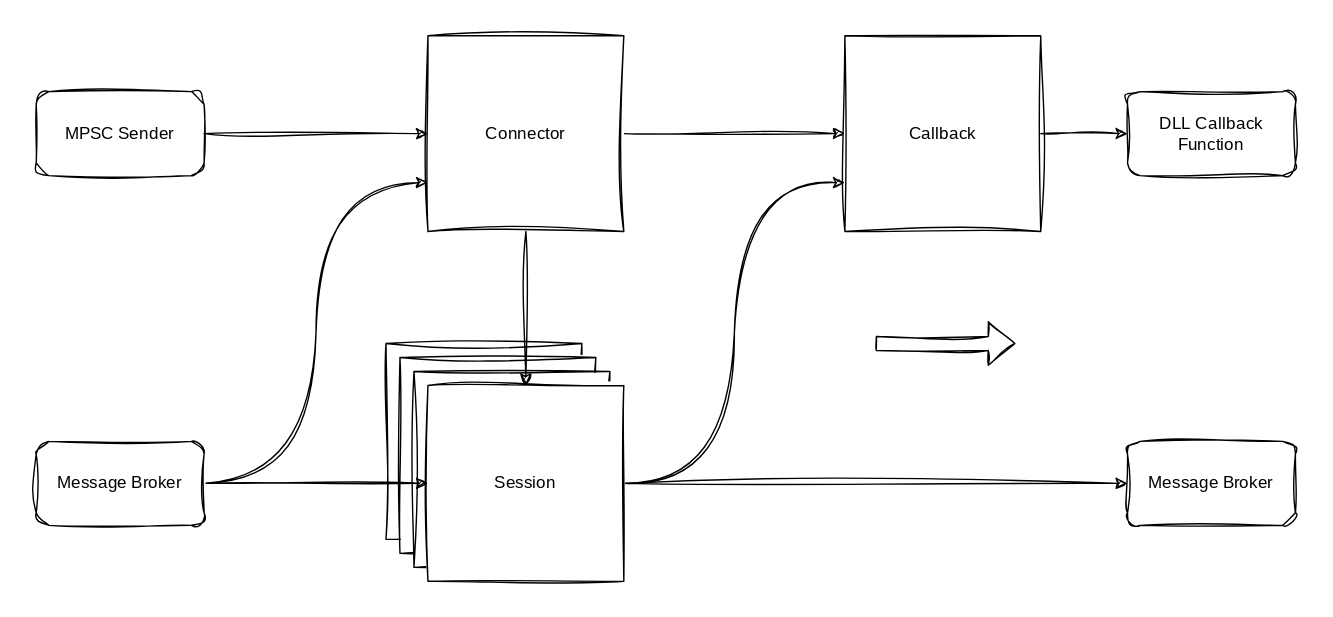
barafael/intro-course keeps this draw.io diagram as images/cascaded-cancellation.drawio.svg. Above is the earlier version. Source tidied: cells renumbered, new cells last; positions are measured from the earlier drawing's top-left corner, leaving out a move shared by most shapes.
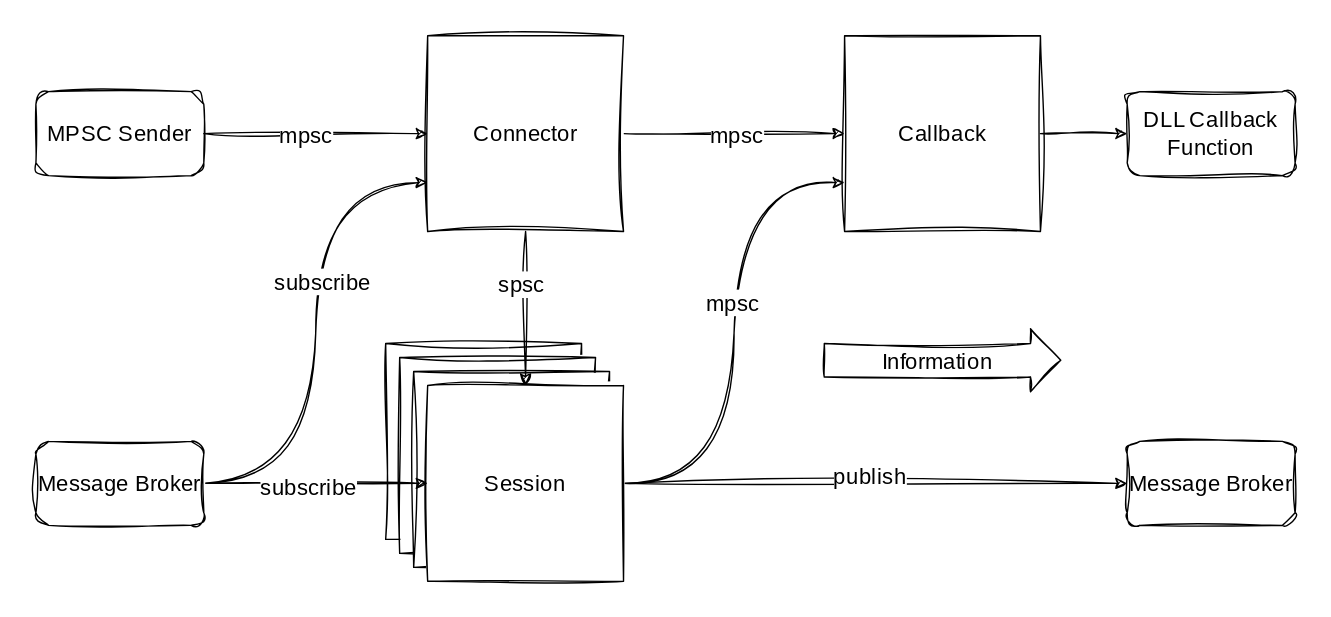
After the change.

Diff of the diagram source:
```diff
@@ -2,65 +2,93 @@
   <root>
     <mxCell id="0" />
     <mxCell id="1" parent="0" />
-    <mxCell id="2" style="edgeStyle=orthogonalEdgeStyle;rounded=0;sketch=1;hachureGap=4;jiggle=2;curveFitting=1;jettySize=auto;html=1;exitX=1;exitY=0.5;exitDx=0;exitDy=0;fontFamily=Architects Daughter;fontSource=https%3A%2F%2Ffonts.googleapis.com%2Fcss%3Ffamily%3DArchitects%2BDaughter;" parent="1" edge="1" source="3" target="6">
+    <mxCell id="2" style="edgeStyle=orthogonalEdgeStyle;rounded=0;sketch=1;hachureGap=4;jiggle=2;curveFitting=1;jettySize=auto;html=1;exitX=1;exitY=0.5;exitDx=0;exitDy=0;fontFamily=Architects Daughter;fontSource=https%3A%2F%2Ffonts.googleapis.com%2Fcss%3Ffamily%3DArchitects%2BDaughter;fontSize=16;" parent="1" edge="1" source="3" target="6">
       <mxGeometry relative="1" as="geometry" />
     </mxCell>
+    <mxCell id="21" value="mpsc" style="edgeLabel;html=1;align=center;verticalAlign=middle;sketch=1;hachureGap=4;jiggle=2;curveFitting=1;fontFamily=Architects Daughter;fontSource=https%3A%2F%2Ffonts.googleapis.com%2Fcss%3Ffamily%3DArchitects%2BDaughter;fontSize=16;" parent="2" vertex="1">
+      <mxGeometry x="0.01" relative="1" as="geometry" />
+    </mxCell>
-    <mxCell id="3" value="Connector" style="whiteSpace=wrap;html=1;sketch=1;hachureGap=4;jiggle=2;curveFitting=1;fontFamily=Architects Daughter;fontSource=https%3A%2F%2Ffonts.googleapis.com%2Fcss%3Ffamily%3DArchitects%2BDaughter;" parent="1" vertex="1">
+    <mxCell id="3" value="Connector" style="whiteSpace=wrap;html=1;sketch=1;hachureGap=4;jiggle=2;curveFitting=1;fontFamily=Architects Daughter;fontSource=https%3A%2F%2Ffonts.googleapis.com%2Fcss%3Ffamily%3DArchitects%2BDaughter;fontSize=16;" parent="1" vertex="1">
       <mxGeometry x="280" width="140" height="140" as="geometry" />
     </mxCell>
-    <mxCell id="4" value="Session" style="whiteSpace=wrap;html=1;sketch=1;hachureGap=4;jiggle=2;curveFitting=1;fontFamily=Architects Daughter;fontSource=https%3A%2F%2Ffonts.googleapis.com%2Fcss%3Ffamily%3DArchitects%2BDaughter;" parent="1" vertex="1">
+    <mxCell id="4" value="Session" style="whiteSpace=wrap;html=1;sketch=1;hachureGap=4;jiggle=2;curveFitting=1;fontFamily=Architects Daughter;fontSource=https%3A%2F%2Ffonts.googleapis.com%2Fcss%3Ffamily%3DArchitects%2BDaughter;fontSize=16;" parent="1" vertex="1">
       <mxGeometry x="250" y="220" width="140" height="140" as="geometry" />
     </mxCell>
-    <mxCell id="5" style="edgeStyle=orthogonalEdgeStyle;rounded=0;sketch=1;hachureGap=4;jiggle=2;curveFitting=1;jettySize=auto;html=1;exitX=1;exitY=0.5;exitDx=0;exitDy=0;fontFamily=Architects Daughter;fontSource=https%3A%2F%2Ffonts.googleapis.com%2Fcss%3Ffamily%3DArchitects%2BDaughter;entryX=0;entryY=0.5;entryDx=0;entryDy=0;" parent="1" edge="1" source="6" target="18">
+    <mxCell id="5" style="edgeStyle=orthogonalEdgeStyle;rounded=0;sketch=1;hachureGap=4;jiggle=2;curveFitting=1;jettySize=auto;html=1;exitX=1;exitY=0.5;exitDx=0;exitDy=0;fontFamily=Architects Daughter;fontSource=https%3A%2F%2Ffonts.googleapis.com%2Fcss%3Ffamily%3DArchitects%2BDaughter;entryX=0;entryY=0.5;entryDx=0;entryDy=0;fontSize=16;" parent="1" edge="1" source="6" target="18">
       <mxGeometry relative="1" as="geometry" />
     </mxCell>
-    <mxCell id="6" value="Callback" style="whiteSpace=wrap;html=1;sketch=1;hachureGap=4;jiggle=2;curveFitting=1;fontFamily=Architects Daughter;fontSource=https%3A%2F%2Ffonts.googleapis.com%2Fcss%3Ffamily%3DArchitects%2BDaughter;" parent="1" vertex="1">
+    <mxCell id="6" value="Callback" style="whiteSpace=wrap;html=1;sketch=1;hachureGap=4;jiggle=2;curveFitting=1;fontFamily=Architects Daughter;fontSource=https%3A%2F%2Ffonts.googleapis.com%2Fcss%3Ffamily%3DArchitects%2BDaughter;fontSize=16;" parent="1" vertex="1">
       <mxGeometry x="578" width="140" height="140" as="geometry" />
     </mxCell>
-    <mxCell id="7" value="Session" style="whiteSpace=wrap;html=1;sketch=1;hachureGap=4;jiggle=2;curveFitting=1;fontFamily=Architects Daughter;fontSource=https%3A%2F%2Ffonts.googleapis.com%2Fcss%3Ffamily%3DArchitects%2BDaughter;" parent="1" vertex="1">
+    <mxCell id="7" value="Session" style="whiteSpace=wrap;html=1;sketch=1;hachureGap=4;jiggle=2;curveFitting=1;fontFamily=Architects Daughter;fontSource=https%3A%2F%2Ffonts.googleapis.com%2Fcss%3Ffamily%3DArchitects%2BDaughter;fontSize=16;" parent="1" vertex="1">
       <mxGeometry x="260" y="230" width="140" height="140" as="geometry" />
     </mxCell>
-    <mxCell id="8" value="Session" style="whiteSpace=wrap;html=1;sketch=1;hachureGap=4;jiggle=2;curveFitting=1;fontFamily=Architects Daughter;fontSource=https%3A%2F%2Ffonts.googleapis.com%2Fcss%3Ffamily%3DArchitects%2BDaughter;" parent="1" vertex="1">
+    <mxCell id="8" value="Session" style="whiteSpace=wrap;html=1;sketch=1;hachureGap=4;jiggle=2;curveFitting=1;fontFamily=Architects Daughter;fontSource=https%3A%2F%2Ffonts.googleapis.com%2Fcss%3Ffamily%3DArchitects%2BDaughter;fontSize=16;" parent="1" vertex="1">
       <mxGeometry x="270" y="240" width="140" height="140" as="geometry" />
     </mxCell>
-    <mxCell id="9" style="edgeStyle=orthogonalEdgeStyle;rounded=0;sketch=1;hachureGap=4;jiggle=2;curveFitting=1;jettySize=auto;html=1;exitX=1;exitY=0.5;exitDx=0;exitDy=0;entryX=0;entryY=0.75;entryDx=0;entryDy=0;fontFamily=Architects Daughter;fontSource=https%3A%2F%2Ffonts.googleapis.com%2Fcss%3Ffamily%3DArchitects%2BDaughter;curved=1;" parent="1" edge="1" source="11" target="6">
+    <mxCell id="9" style="edgeStyle=orthogonalEdgeStyle;rounded=0;sketch=1;hachureGap=4;jiggle=2;curveFitting=1;jettySize=auto;html=1;exitX=1;exitY=0.5;exitDx=0;exitDy=0;entryX=0;entryY=0.75;entryDx=0;entryDy=0;fontFamily=Architects Daughter;fontSource=https%3A%2F%2Ffonts.googleapis.com%2Fcss%3Ffamily%3DArchitects%2BDaughter;curved=1;fontSize=16;" parent="1" edge="1" source="11" target="6">
       <mxGeometry relative="1" as="geometry" />
     </mxCell>
+    <mxCell id="22" value="mpsc" style="edgeLabel;html=1;align=center;verticalAlign=middle;sketch=1;hachureGap=4;jiggle=2;curveFitting=1;fontFamily=Architects Daughter;fontSource=https%3A%2F%2Ffonts.googleapis.com%2Fcss%3Ffamily%3DArchitects%2BDaughter;fontSize=16;" parent="9" vertex="1">
+      <mxGeometry x="0.12" y="2" relative="1" as="geometry" />
+    </mxCell>
-    <mxCell id="10" style="edgeStyle=orthogonalEdgeStyle;rounded=0;sketch=1;hachureGap=4;jiggle=2;curveFitting=1;jettySize=auto;html=1;exitX=1;exitY=0.5;exitDx=0;exitDy=0;entryX=0;entryY=0.5;entryDx=0;entryDy=0;fontFamily=Architects Daughter;fontSource=https%3A%2F%2Ffonts.googleapis.com%2Fcss%3Ffamily%3DArchitects%2BDaughter;" parent="1" edge="1" source="11" target="19">
+    <mxCell id="10" style="edgeStyle=orthogonalEdgeStyle;rounded=0;sketch=1;hachureGap=4;jiggle=2;curveFitting=1;jettySize=auto;html=1;exitX=1;exitY=0.5;exitDx=0;exitDy=0;entryX=0;entryY=0.5;entryDx=0;entryDy=0;fontFamily=Architects Daughter;fontSource=https%3A%2F%2Ffonts.googleapis.com%2Fcss%3Ffamily%3DArchitects%2BDaughter;fontSize=16;" parent="1" edge="1" source="11" target="19">
       <mxGeometry relative="1" as="geometry" />
     </mxCell>
+    <mxCell id="23" value="publish" style="edgeLabel;html=1;align=center;verticalAlign=middle;sketch=1;hachureGap=4;jiggle=2;curveFitting=1;fontFamily=Architects Daughter;fontSource=https%3A%2F%2Ffonts.googleapis.com%2Fcss%3Ffamily%3DArchitects%2BDaughter;fontSize=16;" parent="10" vertex="1">
+      <mxGeometry x="-0.03" y="6" relative="1" as="geometry" />
+    </mxCell>
-    <mxCell id="11" value="Session" style="whiteSpace=wrap;html=1;sketch=1;hachureGap=4;jiggle=2;curveFitting=1;fontFamily=Architects Daughter;fontSource=https%3A%2F%2Ffonts.googleapis.com%2Fcss%3Ffamily%3DArchitects%2BDaughter;" parent="1" vertex="1">
+    <mxCell id="11" value="Session" style="whiteSpace=wrap;html=1;sketch=1;hachureGap=4;jiggle=2;curveFitting=1;fontFamily=Architects Daughter;fontSource=https%3A%2F%2Ffonts.googleapis.com%2Fcss%3Ffamily%3DArchitects%2BDaughter;fontSize=16;" parent="1" vertex="1">
       <mxGeometry x="280" y="250" width="140" height="140" as="geometry" />
     </mxCell>
-    <mxCell id="12" style="edgeStyle=orthogonalEdgeStyle;rounded=0;sketch=1;hachureGap=4;jiggle=2;curveFitting=1;jettySize=auto;html=1;exitX=0.5;exitY=1;exitDx=0;exitDy=0;entryX=0.5;entryY=0;entryDx=0;entryDy=0;fontFamily=Architects Daughter;fontSource=https%3A%2F%2Ffonts.googleapis.com%2Fcss%3Ffamily%3DArchitects%2BDaughter;" parent="1" edge="1" source="3" target="11">
+    <mxCell id="12" style="edgeStyle=orthogonalEdgeStyle;rounded=0;sketch=1;hachureGap=4;jiggle=2;curveFitting=1;jettySize=auto;html=1;exitX=0.5;exitY=1;exitDx=0;exitDy=0;entryX=0.5;entryY=0;entryDx=0;entryDy=0;fontFamily=Architects Daughter;fontSource=https%3A%2F%2Ffonts.googleapis.com%2Fcss%3Ffamily%3DArchitects%2BDaughter;fontSize=16;" parent="1" edge="1" source="3" target="11">
       <mxGeometry relative="1" as="geometry" />
     </mxCell>
+    <mxCell id="24" value="spsc" style="edgeLabel;html=1;align=center;verticalAlign=middle;sketch=1;hachureGap=4;jiggle=2;curveFitting=1;fontFamily=Architects Daughter;fontSource=https%3A%2F%2Ffonts.googleapis.com%2Fcss%3Ffamily%3DArchitects%2BDaughter;fontSize=16;" parent="12" vertex="1">
+      <mxGeometry x="-0.33" y="-4" relative="1" as="geometry" />
+    </mxCell>
-    <mxCell id="13" style="edgeStyle=orthogonalEdgeStyle;rounded=0;sketch=1;hachureGap=4;jiggle=2;curveFitting=1;jettySize=auto;html=1;exitX=1;exitY=0.5;exitDx=0;exitDy=0;entryX=0;entryY=0.5;entryDx=0;entryDy=0;fontFamily=Architects Daughter;fontSource=https%3A%2F%2Ffonts.googleapis.com%2Fcss%3Ffamily%3DArchitects%2BDaughter;" parent="1" edge="1" source="14" target="3">
+    <mxCell id="13" style="edgeStyle=orthogonalEdgeStyle;rounded=0;sketch=1;hachureGap=4;jiggle=2;curveFitting=1;jettySize=auto;html=1;exitX=1;exitY=0.5;exitDx=0;exitDy=0;entryX=0;entryY=0.5;entryDx=0;entryDy=0;fontFamily=Architects Daughter;fontSource=https%3A%2F%2Ffonts.googleapis.com%2Fcss%3Ffamily%3DArchitects%2BDaughter;fontSize=16;" parent="1" edge="1" source="14" target="3">
       <mxGeometry relative="1" as="geometry" />
     </mxCell>
+    <mxCell id="25" value="mpsc" style="edgeLabel;html=1;align=center;verticalAlign=middle;sketch=1;hachureGap=4;jiggle=2;curveFitting=1;fontFamily=Architects Daughter;fontSource=https%3A%2F%2Ffonts.googleapis.com%2Fcss%3Ffamily%3DArchitects%2BDaughter;fontSize=16;" parent="13" vertex="1">
+      <mxGeometry x="-0.1" y="-5" relative="1" as="geometry">
+        <mxPoint y="-5" as="offset" />
+      </mxGeometry>
+    </mxCell>
-    <mxCell id="14" value="MPSC Sender" style="rounded=1;whiteSpace=wrap;html=1;sketch=1;hachureGap=4;jiggle=2;curveFitting=1;fontFamily=Architects Daughter;fontSource=https%3A%2F%2Ffonts.googleapis.com%2Fcss%3Ffamily%3DArchitects%2BDaughter;" parent="1" vertex="1">
+    <mxCell id="14" value="MPSC Sender" style="rounded=1;whiteSpace=wrap;html=1;sketch=1;hachureGap=4;jiggle=2;curveFitting=1;fontFamily=Architects Daughter;fontSource=https%3A%2F%2Ffonts.googleapis.com%2Fcss%3Ffamily%3DArchitects%2BDaughter;fontSize=16;" parent="1" vertex="1">
       <mxGeometry y="40" width="120" height="60" as="geometry" />
     </mxCell>
-    <mxCell id="15" style="edgeStyle=orthogonalEdgeStyle;rounded=0;sketch=1;hachureGap=4;jiggle=2;curveFitting=1;jettySize=auto;html=1;exitX=1;exitY=0.5;exitDx=0;exitDy=0;fontFamily=Architects Daughter;fontSource=https%3A%2F%2Ffonts.googleapis.com%2Fcss%3Ffamily%3DArchitects%2BDaughter;" parent="1" edge="1" source="17" target="11">
+    <mxCell id="15" style="edgeStyle=orthogonalEdgeStyle;rounded=0;sketch=1;hachureGap=4;jiggle=2;curveFitting=1;jettySize=auto;html=1;exitX=1;exitY=0.5;exitDx=0;exitDy=0;fontFamily=Architects Daughter;fontSource=https%3A%2F%2Ffonts.googleapis.com%2Fcss%3Ffamily%3DArchitects%2BDaughter;fontSize=16;" parent="1" edge="1" source="17" target="11">
       <mxGeometry relative="1" as="geometry" />
     </mxCell>
+    <mxCell id="26" value="&lt;font style=&quot;font-size: 16px;&quot;&gt;subscribe&lt;/font&gt;" style="edgeLabel;html=1;align=center;verticalAlign=middle;sketch=1;hachureGap=4;jiggle=2;curveFitting=1;fontFamily=Architects Daughter;fontSource=https%3A%2F%2Ffonts.googleapis.com%2Fcss%3Ffamily%3DArchitects%2BDaughter;" parent="15" vertex="1">
+      <mxGeometry x="-0.07" y="-2" relative="1" as="geometry" />
+    </mxCell>
-    <mxCell id="16" style="edgeStyle=orthogonalEdgeStyle;rounded=0;sketch=1;hachureGap=4;jiggle=2;curveFitting=1;jettySize=auto;html=1;exitX=1;exitY=0.5;exitDx=0;exitDy=0;entryX=0;entryY=0.75;entryDx=0;entryDy=0;fontFamily=Architects Daughter;fontSource=https%3A%2F%2Ffonts.googleapis.com%2Fcss%3Ffamily%3DArchitects%2BDaughter;curved=1;" parent="1" edge="1" source="17" target="3">
+    <mxCell id="16" style="edgeStyle=orthogonalEdgeStyle;rounded=0;sketch=1;hachureGap=4;jiggle=2;curveFitting=1;jettySize=auto;html=1;exitX=1;exitY=0.5;exitDx=0;exitDy=0;entryX=0;entryY=0.75;entryDx=0;entryDy=0;fontFamily=Architects Daughter;fontSource=https%3A%2F%2Ffonts.googleapis.com%2Fcss%3Ffamily%3DArchitects%2BDaughter;curved=1;fontSize=16;" parent="1" edge="1" source="17" target="3">
       <mxGeometry relative="1" as="geometry" />
     </mxCell>
+    <mxCell id="27" value="subscribe" style="edgeLabel;html=1;align=center;verticalAlign=middle;sketch=1;hachureGap=4;jiggle=2;curveFitting=1;fontFamily=Architects Daughter;fontSource=https%3A%2F%2Ffonts.googleapis.com%2Fcss%3Ffamily%3DArchitects%2BDaughter;fontSize=16;" parent="16" vertex="1">
+      <mxGeometry x="0.2" y="-4" relative="1" as="geometry" />
+    </mxCell>
-    <mxCell id="17" value="Message Broker" style="rounded=1;whiteSpace=wrap;html=1;sketch=1;hachureGap=4;jiggle=2;curveFitting=1;fontFamily=Architects Daughter;fontSource=https%3A%2F%2Ffonts.googleapis.com%2Fcss%3Ffamily%3DArchitects%2BDaughter;" parent="1" vertex="1">
+    <mxCell id="17" value="Message Broker" style="rounded=1;whiteSpace=wrap;html=1;sketch=1;hachureGap=4;jiggle=2;curveFitting=1;fontFamily=Architects Daughter;fontSource=https%3A%2F%2Ffonts.googleapis.com%2Fcss%3Ffamily%3DArchitects%2BDaughter;fontSize=16;" parent="1" vertex="1">
       <mxGeometry y="290" width="120" height="60" as="geometry" />
     </mxCell>
-    <mxCell id="18" value="DLL Callback Function" style="rounded=1;whiteSpace=wrap;html=1;sketch=1;hachureGap=4;jiggle=2;curveFitting=1;fontFamily=Architects Daughter;fontSource=https%3A%2F%2Ffonts.googleapis.com%2Fcss%3Ffamily%3DArchitects%2BDaughter;" parent="1" vertex="1">
+    <mxCell id="18" value="DLL Callback Function" style="rounded=1;whiteSpace=wrap;html=1;sketch=1;hachureGap=4;jiggle=2;curveFitting=1;fontFamily=Architects Daughter;fontSource=https%3A%2F%2Ffonts.googleapis.com%2Fcss%3Ffamily%3DArchitects%2BDaughter;fontSize=16;" parent="1" vertex="1">
       <mxGeometry x="780" y="40" width="120" height="60" as="geometry" />
     </mxCell>
-    <mxCell id="19" value="Message Broker" style="rounded=1;whiteSpace=wrap;html=1;sketch=1;hachureGap=4;jiggle=2;curveFitting=1;fontFamily=Architects Daughter;fontSource=https%3A%2F%2Ffonts.googleapis.com%2Fcss%3Ffamily%3DArchitects%2BDaughter;" parent="1" vertex="1">
+    <mxCell id="19" value="Message Broker" style="rounded=1;whiteSpace=wrap;html=1;sketch=1;hachureGap=4;jiggle=2;curveFitting=1;fontFamily=Architects Daughter;fontSource=https%3A%2F%2Ffonts.googleapis.com%2Fcss%3Ffamily%3DArchitects%2BDaughter;fontSize=16;" parent="1" vertex="1">
       <mxGeometry x="780" y="290" width="120" height="60" as="geometry" />
     </mxCell>
-    <mxCell id="20" style="shape=flexArrow;endArrow=classic;html=1;rounded=0;sketch=1;hachureGap=4;jiggle=2;curveFitting=1;fontFamily=Architects Daughter;fontSource=https%3A%2F%2Ffonts.googleapis.com%2Fcss%3Ffamily%3DArchitects%2BDaughter;" parent="1" edge="1">
+    <mxCell id="20" style="shape=flexArrow;endArrow=classic;html=1;rounded=0;sketch=1;hachureGap=4;jiggle=2;curveFitting=1;fontFamily=Architects Daughter;fontSource=https%3A%2F%2Ffonts.googleapis.com%2Fcss%3Ffamily%3DArchitects%2BDaughter;fontSize=16;width=24;endSize=6.868;fillColor=default;" parent="1" edge="1">
       <mxGeometry relative="1" as="geometry">
-        <mxPoint x="600" y="220" as="sourcePoint" />
-        <mxPoint x="700" y="220" as="targetPoint" />
+        <mxPoint x="563" y="232" as="sourcePoint" />
+        <mxPoint x="733" y="232" as="targetPoint" />
       </mxGeometry>
     </mxCell>
+    <mxCell id="28" value="Information" style="edgeLabel;html=1;align=center;verticalAlign=middle;sketch=1;hachureGap=4;jiggle=2;curveFitting=1;fontFamily=Architects Daughter;fontSource=https%3A%2F%2Ffonts.googleapis.com%2Fcss%3Ffamily%3DArchitects%2BDaughter;fontSize=16;" parent="20" vertex="1">
+      <mxGeometry x="-0.36" y="-7" relative="1" as="geometry">
+        <mxPoint x="26" y="-7" as="offset" />
+      </mxGeometry>
+    </mxCell>
   </root>
 </mxGraphModel>
```
